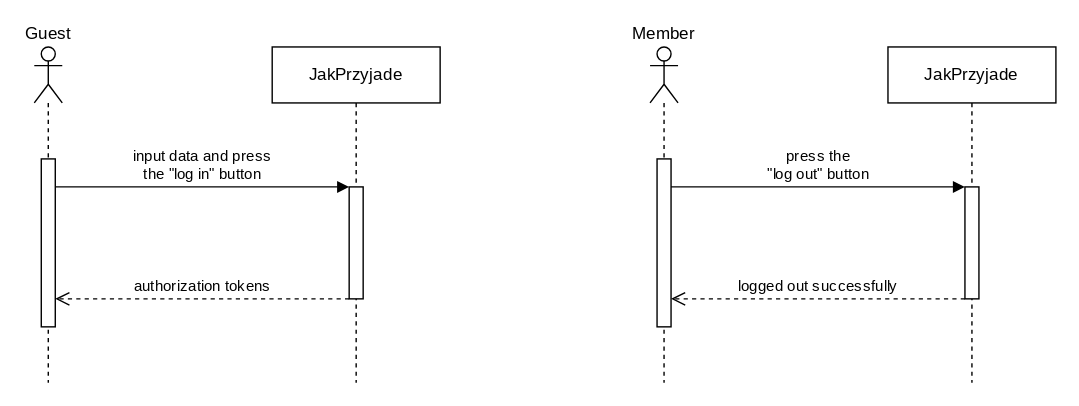
PWR-ACS-SE-24/SoftwareSystemDesign keeps this draw.io diagram as documentation/course/e2/images/sequence-diagram-scenario-login.drawio.svg. Above is the earlier version. Source tidied: cells renumbered, new cells last; positions are measured from the earlier drawing's top-left corner, leaving out a move shared by most shapes. Its diagram source:
```xml
<mxGraphModel>
  <root>
    <mxCell id="0" />
    <mxCell id="1" parent="0" />
    <mxCell id="2" value="Guest" style="shape=umlLifeline;perimeter=lifelinePerimeter;whiteSpace=wrap;html=1;newEdgeStyle={&quot;curved&quot;:0,&quot;rounded&quot;:0};participant=umlActor;labelPosition=center;verticalLabelPosition=top;align=center;verticalAlign=bottom;fontFamily=JetBrains Mono;fontSource=https%3A%2F%2Ffonts.googleapis.com%2Fcss%3Ffamily%3DJetBrains%2BMono;" parent="1" vertex="1">
      <mxGeometry width="20" height="240" as="geometry" />
    </mxCell>
    <mxCell id="3" style="html=1;points=[[0,0,0,0,5],[0,1,0,0,-5],[1,0,0,0,5],[1,1,0,0,-5]];perimeter=orthogonalPerimeter;outlineConnect=0;targetShapes=umlLifeline;portConstraint=eastwest;newEdgeStyle={&quot;curved&quot;:0,&quot;rounded&quot;:0};fontFamily=JetBrains Mono;fontSource=https%3A%2F%2Ffonts.googleapis.com%2Fcss%3Ffamily%3DJetBrains%2BMono;" parent="2" vertex="1">
      <mxGeometry x="5" y="80" width="10" height="120" as="geometry" />
    </mxCell>
    <mxCell id="4" value="JakPrzyjade" style="shape=umlLifeline;perimeter=lifelinePerimeter;whiteSpace=wrap;html=1;newEdgeStyle={&quot;curved&quot;:0,&quot;rounded&quot;:0};fontFamily=JetBrains Mono;fontSource=https%3A%2F%2Ffonts.googleapis.com%2Fcss%3Ffamily%3DJetBrains%2BMono;" parent="1" vertex="1">
      <mxGeometry x="170" width="120" height="240" as="geometry" />
    </mxCell>
    <mxCell id="5" style="html=1;points=[[0,0,0,0,5],[0,1,0,0,-5],[1,0,0,0,5],[1,1,0,0,-5]];perimeter=orthogonalPerimeter;outlineConnect=0;targetShapes=umlLifeline;portConstraint=eastwest;newEdgeStyle={&quot;curved&quot;:0,&quot;rounded&quot;:0};fontFamily=JetBrains Mono;fontSource=https%3A%2F%2Ffonts.googleapis.com%2Fcss%3Ffamily%3DJetBrains%2BMono;" parent="4" vertex="1">
      <mxGeometry x="55" y="100" width="10" height="80" as="geometry" />
    </mxCell>
    <mxCell id="6" value="&lt;div&gt;input data and press&lt;/div&gt;&lt;div&gt;the &quot;log in&quot; button&lt;br&gt;&lt;/div&gt;" style="html=1;verticalAlign=bottom;endArrow=block;curved=0;rounded=0;fontFamily=JetBrains Mono;fontSource=https%3A%2F%2Ffonts.googleapis.com%2Fcss%3Ffamily%3DJetBrains%2BMono;" parent="1" edge="1" source="3" target="5">
      <mxGeometry relative="1" as="geometry">
        <Array as="points">
          <mxPoint x="80" y="100" />
        </Array>
      </mxGeometry>
    </mxCell>
    <mxCell id="7" value="authorization tokens" style="html=1;verticalAlign=bottom;endArrow=open;dashed=1;endSize=8;curved=0;rounded=0;fontFamily=JetBrains Mono;fontSource=https%3A%2F%2Ffonts.googleapis.com%2Fcss%3Ffamily%3DJetBrains%2BMono;" parent="1" edge="1" source="5" target="3">
      <mxGeometry relative="1" as="geometry">
        <Array as="points">
          <mxPoint x="80" y="180" />
        </Array>
      </mxGeometry>
    </mxCell>
    <mxCell id="8" value="Member" style="shape=umlLifeline;perimeter=lifelinePerimeter;whiteSpace=wrap;html=1;newEdgeStyle={&quot;curved&quot;:0,&quot;rounded&quot;:0};participant=umlActor;labelPosition=center;verticalLabelPosition=top;align=center;verticalAlign=bottom;fontFamily=JetBrains Mono;fontSource=https%3A%2F%2Ffonts.googleapis.com%2Fcss%3Ffamily%3DJetBrains%2BMono;" parent="1" vertex="1">
      <mxGeometry x="440" width="20" height="240" as="geometry" />
    </mxCell>
    <mxCell id="9" style="html=1;points=[[0,0,0,0,5],[0,1,0,0,-5],[1,0,0,0,5],[1,1,0,0,-5]];perimeter=orthogonalPerimeter;outlineConnect=0;targetShapes=umlLifeline;portConstraint=eastwest;newEdgeStyle={&quot;curved&quot;:0,&quot;rounded&quot;:0};fontFamily=JetBrains Mono;fontSource=https%3A%2F%2Ffonts.googleapis.com%2Fcss%3Ffamily%3DJetBrains%2BMono;" parent="8" vertex="1">
      <mxGeometry x="5" y="80" width="10" height="120" as="geometry" />
    </mxCell>
    <mxCell id="10" value="JakPrzyjade" style="shape=umlLifeline;perimeter=lifelinePerimeter;whiteSpace=wrap;html=1;newEdgeStyle={&quot;curved&quot;:0,&quot;rounded&quot;:0};fontFamily=JetBrains Mono;fontSource=https%3A%2F%2Ffonts.googleapis.com%2Fcss%3Ffamily%3DJetBrains%2BMono;" parent="1" vertex="1">
      <mxGeometry x="610" width="120" height="240" as="geometry" />
    </mxCell>
    <mxCell id="11" style="html=1;points=[[0,0,0,0,5],[0,1,0,0,-5],[1,0,0,0,5],[1,1,0,0,-5]];perimeter=orthogonalPerimeter;outlineConnect=0;targetShapes=umlLifeline;portConstraint=eastwest;newEdgeStyle={&quot;curved&quot;:0,&quot;rounded&quot;:0};fontFamily=JetBrains Mono;fontSource=https%3A%2F%2Ffonts.googleapis.com%2Fcss%3Ffamily%3DJetBrains%2BMono;" parent="10" vertex="1">
      <mxGeometry x="55" y="100" width="10" height="80" as="geometry" />
    </mxCell>
    <mxCell id="12" value="&lt;div&gt;press the&lt;/div&gt;&lt;div&gt;&quot;log out&quot; button&lt;br&gt;&lt;/div&gt;" style="html=1;verticalAlign=bottom;endArrow=block;curved=0;rounded=0;fontFamily=JetBrains Mono;fontSource=https%3A%2F%2Ffonts.googleapis.com%2Fcss%3Ffamily%3DJetBrains%2BMono;" parent="1" edge="1" source="9" target="11">
      <mxGeometry relative="1" as="geometry">
        <Array as="points">
          <mxPoint x="520" y="100" />
        </Array>
      </mxGeometry>
    </mxCell>
    <mxCell id="13" value="&lt;div&gt;logged out successfully&lt;/div&gt;" style="html=1;verticalAlign=bottom;endArrow=open;dashed=1;endSize=8;curved=0;rounded=0;fontFamily=JetBrains Mono;fontSource=https%3A%2F%2Ffonts.googleapis.com%2Fcss%3Ffamily%3DJetBrains%2BMono;" parent="1" edge="1" source="11" target="9">
      <mxGeometry relative="1" as="geometry">
        <Array as="points">
          <mxPoint x="520" y="180" />
        </Array>
      </mxGeometry>
    </mxCell>
  </root>
</mxGraphModel>
```
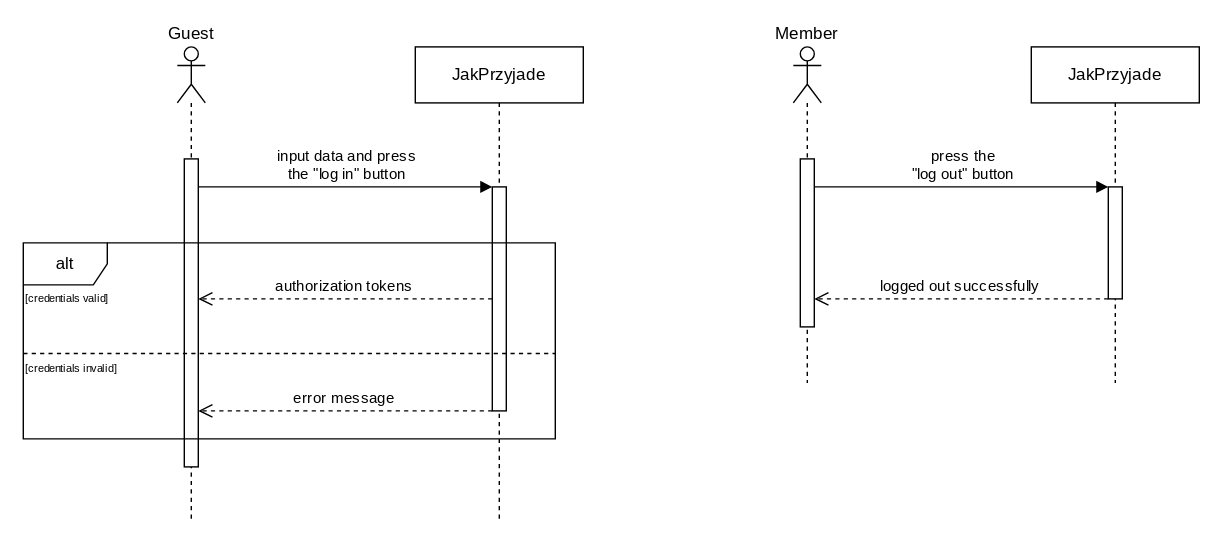
Later version of the same file.

Commit message:
PR: E2 package diagram for Jobberknoll and Feather (#32)

The edit, as a diff of the source:
```diff
@@ -3,16 +3,16 @@
     <mxCell id="0" />
     <mxCell id="1" parent="0" />
     <mxCell id="2" value="Guest" style="shape=umlLifeline;perimeter=lifelinePerimeter;whiteSpace=wrap;html=1;newEdgeStyle={&quot;curved&quot;:0,&quot;rounded&quot;:0};participant=umlActor;labelPosition=center;verticalLabelPosition=top;align=center;verticalAlign=bottom;fontFamily=JetBrains Mono;fontSource=https%3A%2F%2Ffonts.googleapis.com%2Fcss%3Ffamily%3DJetBrains%2BMono;" parent="1" vertex="1">
-      <mxGeometry width="20" height="240" as="geometry" />
+      <mxGeometry width="20" height="340" as="geometry" />
     </mxCell>
     <mxCell id="3" style="html=1;points=[[0,0,0,0,5],[0,1,0,0,-5],[1,0,0,0,5],[1,1,0,0,-5]];perimeter=orthogonalPerimeter;outlineConnect=0;targetShapes=umlLifeline;portConstraint=eastwest;newEdgeStyle={&quot;curved&quot;:0,&quot;rounded&quot;:0};fontFamily=JetBrains Mono;fontSource=https%3A%2F%2Ffonts.googleapis.com%2Fcss%3Ffamily%3DJetBrains%2BMono;" parent="2" vertex="1">
-      <mxGeometry x="5" y="80" width="10" height="120" as="geometry" />
+      <mxGeometry x="5" y="80" width="10" height="220" as="geometry" />
     </mxCell>
     <mxCell id="4" value="JakPrzyjade" style="shape=umlLifeline;perimeter=lifelinePerimeter;whiteSpace=wrap;html=1;newEdgeStyle={&quot;curved&quot;:0,&quot;rounded&quot;:0};fontFamily=JetBrains Mono;fontSource=https%3A%2F%2Ffonts.googleapis.com%2Fcss%3Ffamily%3DJetBrains%2BMono;" parent="1" vertex="1">
-      <mxGeometry x="170" width="120" height="240" as="geometry" />
+      <mxGeometry x="170" width="120" height="340" as="geometry" />
     </mxCell>
     <mxCell id="5" style="html=1;points=[[0,0,0,0,5],[0,1,0,0,-5],[1,0,0,0,5],[1,1,0,0,-5]];perimeter=orthogonalPerimeter;outlineConnect=0;targetShapes=umlLifeline;portConstraint=eastwest;newEdgeStyle={&quot;curved&quot;:0,&quot;rounded&quot;:0};fontFamily=JetBrains Mono;fontSource=https%3A%2F%2Ffonts.googleapis.com%2Fcss%3Ffamily%3DJetBrains%2BMono;" parent="4" vertex="1">
-      <mxGeometry x="55" y="100" width="10" height="80" as="geometry" />
+      <mxGeometry x="55" y="100" width="10" height="160" as="geometry" />
     </mxCell>
     <mxCell id="6" value="&lt;div&gt;input data and press&lt;/div&gt;&lt;div&gt;the &quot;log in&quot; button&lt;br&gt;&lt;/div&gt;" style="html=1;verticalAlign=bottom;endArrow=block;curved=0;rounded=0;fontFamily=JetBrains Mono;fontSource=https%3A%2F%2Ffonts.googleapis.com%2Fcss%3Ffamily%3DJetBrains%2BMono;" parent="1" edge="1" source="3" target="5">
       <mxGeometry relative="1" as="geometry">
@@ -54,5 +54,24 @@
         </Array>
       </mxGeometry>
     </mxCell>
+    <mxCell id="14" value="alt" style="shape=umlFrame;whiteSpace=wrap;html=1;" parent="1" vertex="1">
+      <mxGeometry x="-110" y="140" width="380" height="140" as="geometry" />
+    </mxCell>
+    <mxCell id="15" style="line;strokeWidth=1;fillColor=none;align=left;verticalAlign=middle;spacingTop=-1;spacingLeft=3;spacingRight=3;labelPosition=right;strokeColor=inherit;dashed=1;" parent="1" vertex="1">
+      <mxGeometry x="-110" y="214" width="380" height="10" as="geometry" />
+    </mxCell>
+    <mxCell id="16" value="[credentials valid]" style="text;html=1;align=left;verticalAlign=middle;strokeColor=none;fillColor=none;fontSize=8;fontFamily=JetBrains Mono;fontSource=https%3A%2F%2Ffonts.googleapis.com%2Fcss%3Ffamily%3DJetBrains%2BMono;" parent="1" vertex="1">
+      <mxGeometry x="-110" y="170" width="110" height="20" as="geometry" />
+    </mxCell>
+    <mxCell id="17" value="&lt;div align=&quot;left&quot;&gt;[credentials invalid]&lt;/div&gt;" style="text;html=1;align=left;verticalAlign=middle;strokeColor=none;fillColor=none;fontSize=8;fontFamily=JetBrains Mono;fontSource=https%3A%2F%2Ffonts.googleapis.com%2Fcss%3Ffamily%3DJetBrains%2BMono;" parent="1" vertex="1">
+      <mxGeometry x="-110" y="220" width="120" height="20" as="geometry" />
+    </mxCell>
+    <mxCell id="18" value="error message" style="html=1;verticalAlign=bottom;endArrow=open;dashed=1;endSize=8;curved=0;rounded=0;fontFamily=JetBrains Mono;fontSource=https%3A%2F%2Ffonts.googleapis.com%2Fcss%3Ffamily%3DJetBrains%2BMono;" parent="1" edge="1" source="5" target="3">
+      <mxGeometry relative="1" as="geometry">
+        <Array as="points">
+          <mxPoint x="75" y="260" />
+        </Array>
+      </mxGeometry>
+    </mxCell>
   </root>
 </mxGraphModel>
```
